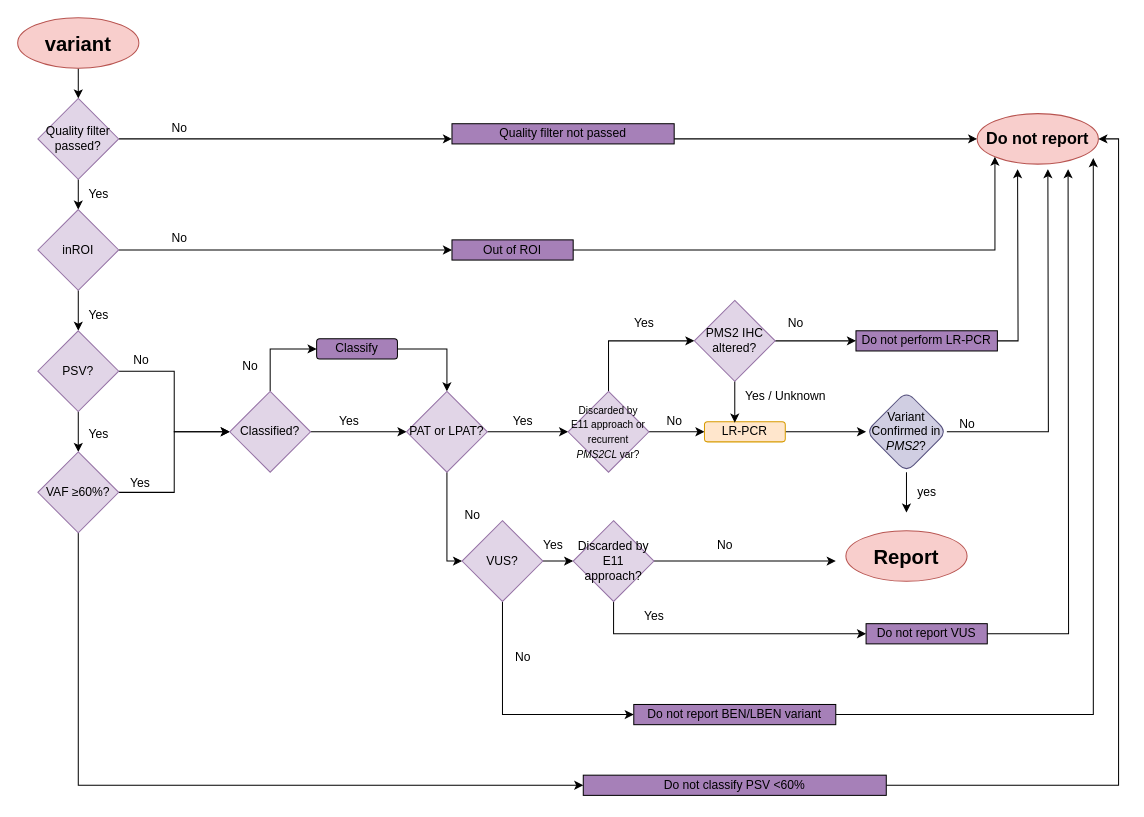
Above: WF/WF_pipeline.drawio in emunte/PMS2_vaR (draw.io), before the change. Source tidied: cells renumbered, new cells numbered last; positions are measured from the earlier drawing's top-left corner, leaving out a move shared by most shapes. Both pictures are drawn from the tidied source at 101%, with x=0, y=0 at pixel (17, 17).
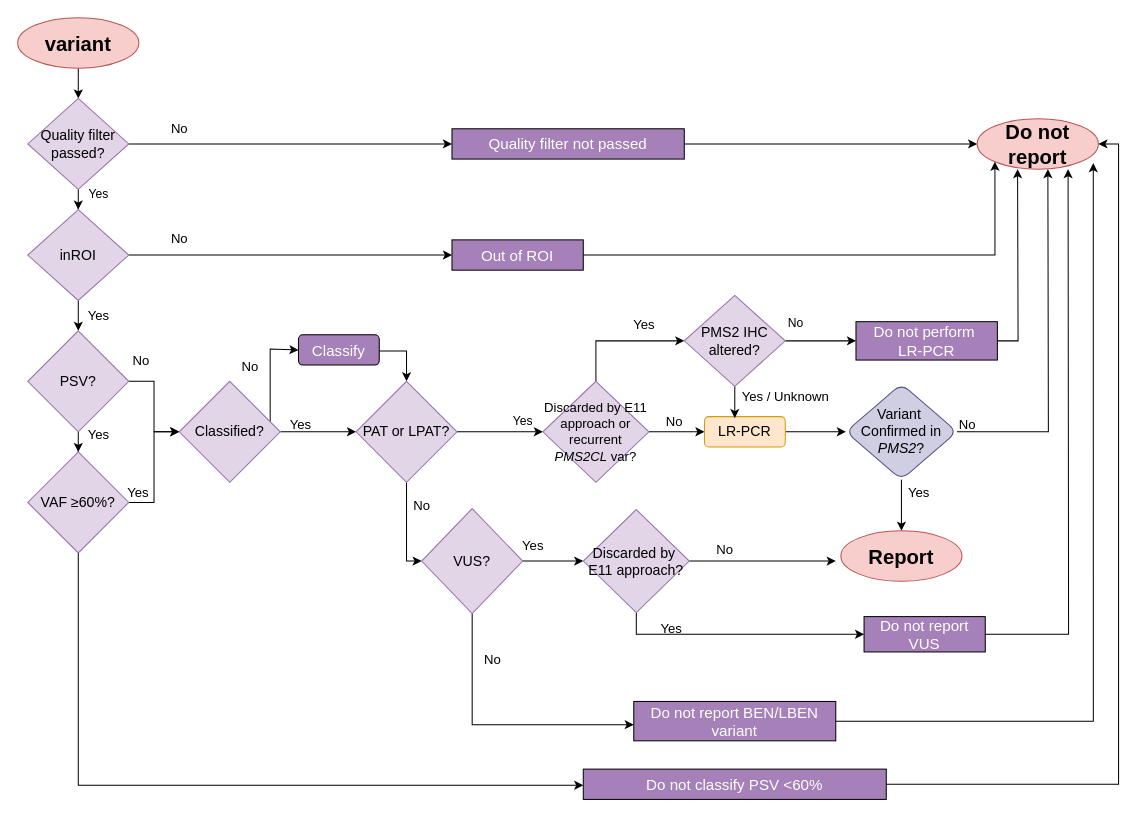
Above is the later version.

What changed in the source:
```diff
@@
-    <mxCell id="4" style="edgeStyle=orthogonalEdgeStyle;rounded=0;jettySize=auto;html=1;entryX=0;entryY=0.75;entryDx=0;entryDy=0;" parent="1" edge="1" source="6" target="16">
+    <mxCell id="4" style="edgeStyle=orthogonalEdgeStyle;rounded=0;jettySize=auto;html=1;entryX=0;entryY=0.5;entryDx=0;entryDy=0;" parent="1" edge="1" source="6" target="16">
       <mxGeometry relative="1" as="geometry" />
     </mxCell>
@@
-    <mxCell id="6" value="Quality filter passed?" style="rhombus;whiteSpace=wrap;html=1;fillColor=#e1d5e7;strokeColor=#9673a6;" parent="1" vertex="1">
-      <mxGeometry x="20" y="80" width="80" height="80" as="geometry" />
+    <mxCell id="6" value="Quality filter passed?" style="rhombus;whiteSpace=wrap;html=1;fillColor=#e1d5e7;strokeColor=#9673a6;fontSize=14;" parent="1" vertex="1">
+      <mxGeometry x="10" y="80" width="100" height="90" as="geometry" />
     </mxCell>
@@
-    <mxCell id="9" value="inROI" style="rhombus;whiteSpace=wrap;html=1;fillColor=#e1d5e7;strokeColor=#9673a6;" parent="1" vertex="1">
-      <mxGeometry x="20" y="190" width="80" height="80" as="geometry" />
+    <mxCell id="9" value="inROI" style="rhombus;whiteSpace=wrap;html=1;fillColor=#e1d5e7;strokeColor=#9673a6;fontSize=14;" parent="1" vertex="1">
+      <mxGeometry x="10" y="190" width="100" height="90" as="geometry" />
     </mxCell>
@@
-    <mxCell id="12" value="PSV?" style="rhombus;whiteSpace=wrap;html=1;fillColor=#e1d5e7;strokeColor=#9673a6;" parent="1" vertex="1">
-      <mxGeometry x="20" y="310" width="80" height="80" as="geometry" />
+    <mxCell id="12" value="PSV?" style="rhombus;whiteSpace=wrap;html=1;fillColor=#e1d5e7;strokeColor=#9673a6;fontSize=14;" parent="1" vertex="1">
+      <mxGeometry x="10" y="310" width="100" height="100" as="geometry" />
     </mxCell>
-    <mxCell id="13" value="&lt;b&gt;&lt;font style=&quot;font-size: 16px;&quot;&gt;Do not report&lt;/font&gt;&lt;/b&gt;" style="ellipse;whiteSpace=wrap;html=1;fillColor=#f8cecc;strokeColor=#b85450;gradientColor=none;" parent="1" vertex="1">
-      <mxGeometry x="950" y="95" width="120" height="50" as="geometry" />
+    <mxCell id="13" value="&lt;font size=&quot;1&quot;&gt;&lt;b&gt;&lt;font style=&quot;font-size: 20px;&quot;&gt;Do not report&lt;/font&gt;&lt;/b&gt;&lt;/font&gt;" style="ellipse;whiteSpace=wrap;html=1;fillColor=#f8cecc;strokeColor=#b85450;gradientColor=none;fontSize=16;" parent="1" vertex="1">
+      <mxGeometry x="950" y="100" width="120" height="50" as="geometry" />
     </mxCell>
-    <mxCell id="14" value="No" style="text;html=1;align=center;verticalAlign=middle;strokeColor=none;fillColor=none;" parent="1" vertex="1">
+    <mxCell id="14" value="No" style="text;html=1;align=center;verticalAlign=middle;strokeColor=none;fillColor=none;fontSize=13;" parent="1" vertex="1">
       <mxGeometry x="140" y="95" width="40" height="30" as="geometry" />
     </mxCell>
     <mxCell id="15" style="edgeStyle=orthogonalEdgeStyle;rounded=0;jettySize=auto;html=1;" parent="1" edge="1" source="16" target="13">
-      <mxGeometry relative="1" as="geometry">
-        <Array as="points">
-          <mxPoint x="700" y="120" />
-          <mxPoint x="700" y="120" />
-        </Array>
-      </mxGeometry>
+      <mxGeometry relative="1" as="geometry" />
     </mxCell>
-    <mxCell id="16" value="Quality filter not passed" style="rounded=0;whiteSpace=wrap;html=1;fillColor=#A680B8;" parent="1" vertex="1">
-      <mxGeometry x="430" y="105" width="220" height="20" as="geometry" />
+    <mxCell id="16" value="Quality filter not passed" style="rounded=0;whiteSpace=wrap;html=1;fillColor=#A680B8;fontSize=15;fontColor=#ffffff;" parent="1" vertex="1">
+      <mxGeometry x="430" y="110" width="230" height="30" as="geometry" />
     </mxCell>
@@
-    <mxCell id="18" value="Out of ROI" style="whiteSpace=wrap;html=1;fillColor=#A680B8;" parent="1" vertex="1">
-      <mxGeometry x="430" y="220" width="120" height="20" as="geometry" />
+    <mxCell id="18" value="Out of ROI" style="whiteSpace=wrap;html=1;fillColor=#A680B8;fontSize=15;fontColor=#ffffff;" parent="1" vertex="1">
+      <mxGeometry x="430" y="220" width="130" height="30" as="geometry" />
     </mxCell>
@@
-    <mxCell id="20" value="No" style="text;html=1;align=center;verticalAlign=middle;strokeColor=none;fillColor=none;" parent="1" vertex="1">
+    <mxCell id="20" value="No" style="text;html=1;align=center;verticalAlign=middle;strokeColor=none;fillColor=none;fontSize=13;" parent="1" vertex="1">
       <mxGeometry x="140" y="204" width="40" height="30" as="geometry" />
     </mxCell>
-    <mxCell id="21" value="Yes" style="text;html=1;align=center;verticalAlign=middle;strokeColor=none;fillColor=none;" parent="1" vertex="1">
+    <mxCell id="21" value="Yes" style="text;html=1;align=center;verticalAlign=middle;strokeColor=none;fillColor=none;fontSize=13;" parent="1" vertex="1">
       <mxGeometry x="60" y="280" width="40" height="30" as="geometry" />
     </mxCell>
@@
-    <mxCell id="24" value="VAF ≥60%?" style="rhombus;whiteSpace=wrap;html=1;fillColor=#e1d5e7;strokeColor=#9673a6;" parent="1" vertex="1">
-      <mxGeometry x="20" y="430" width="80" height="80" as="geometry" />
+    <mxCell id="24" value="VAF ≥60%?" style="rhombus;whiteSpace=wrap;html=1;fillColor=#e1d5e7;strokeColor=#9673a6;fontSize=14;" parent="1" vertex="1">
+      <mxGeometry x="10" y="430" width="100" height="100" as="geometry" />
     </mxCell>
@@
-    <mxCell id="27" value="Classified?" style="rhombus;whiteSpace=wrap;html=1;fillColor=#e1d5e7;strokeColor=#9673a6;" parent="1" vertex="1">
-      <mxGeometry x="210" y="370" width="80" height="80" as="geometry" />
+    <mxCell id="27" value="Classified?" style="rhombus;whiteSpace=wrap;html=1;fillColor=#e1d5e7;strokeColor=#9673a6;fontSize=14;" parent="1" vertex="1">
+      <mxGeometry x="160" y="360" width="100" height="100" as="geometry" />
     </mxCell>
@@
-    <mxCell id="29" value="Do not classify PSV &amp;lt;60%" style="whiteSpace=wrap;html=1;fillColor=#A680B8;" parent="1" vertex="1">
-      <mxGeometry x="560" y="750" width="300" height="20" as="geometry" />
+    <mxCell id="29" value="&lt;font style=&quot;font-size: 15px;&quot;&gt;Do not classify PSV &amp;lt;60%&lt;/font&gt;" style="whiteSpace=wrap;html=1;fillColor=#A680B8;fontSize=13;fontColor=#ffffff;" parent="1" vertex="1">
+      <mxGeometry x="560" y="744" width="300" height="30" as="geometry" />
     </mxCell>
-    <mxCell id="30" value="No" style="text;html=1;align=center;verticalAlign=middle;strokeColor=none;fillColor=none;" parent="1" vertex="1">
+    <mxCell id="30" value="No" style="text;html=1;align=center;verticalAlign=middle;strokeColor=none;fillColor=none;fontSize=13;" parent="1" vertex="1">
       <mxGeometry x="102" y="324" width="40" height="30" as="geometry" />
     </mxCell>
-    <mxCell id="31" value="Yes" style="text;html=1;align=center;verticalAlign=middle;strokeColor=none;fillColor=none;" parent="1" vertex="1">
-      <mxGeometry x="101" y="446" width="40" height="30" as="geometry" />
+    <mxCell id="31" value="Yes" style="text;html=1;align=center;verticalAlign=middle;strokeColor=none;fillColor=none;fontSize=13;" parent="1" vertex="1">
+      <mxGeometry x="99" y="455" width="40" height="30" as="geometry" />
     </mxCell>
     <mxCell id="32" style="edgeStyle=orthogonalEdgeStyle;rounded=0;jettySize=auto;html=1;entryX=0.5;entryY=0;entryDx=0;entryDy=0;" parent="1" edge="1" source="33" target="36">
-      <mxGeometry relative="1" as="geometry" />
+      <mxGeometry relative="1" as="geometry">
+        <Array as="points">
+          <mxPoint x="385" y="330" />
+        </Array>
+      </mxGeometry>
     </mxCell>
-    <mxCell id="33" value="Classify " style="rounded=1;whiteSpace=wrap;html=1;fillColor=#A680B8;" parent="1" vertex="1">
-      <mxGeometry x="296" y="318" width="80" height="20" as="geometry" />
+    <mxCell id="33" value="Classify " style="rounded=1;whiteSpace=wrap;html=1;fillColor=#A680B8;fontSize=15;fontColor=#ffffff;" parent="1" vertex="1">
+      <mxGeometry x="278" y="314" width="80" height="30" as="geometry" />
     </mxCell>
@@
     <mxCell id="35" style="edgeStyle=orthogonalEdgeStyle;rounded=0;jettySize=auto;html=1;entryX=0;entryY=0.5;entryDx=0;entryDy=0;" parent="1" edge="1" source="36" target="52">
       <mxGeometry relative="1" as="geometry">
         <Array as="points">
-          <mxPoint x="425" y="538" />
+          <mxPoint x="385" y="538" />
         </Array>
       </mxGeometry>
     </mxCell>
-    <mxCell id="36" value="PAT or LPAT?" style="rhombus;whiteSpace=wrap;html=1;fillColor=#e1d5e7;strokeColor=#9673a6;" parent="1" vertex="1">
-      <mxGeometry x="385" y="370" width="80" height="80" as="geometry" />
+    <mxCell id="36" value="PAT or LPAT?" style="rhombus;whiteSpace=wrap;html=1;fillColor=#e1d5e7;strokeColor=#9673a6;fontSize=14;" parent="1" vertex="1">
+      <mxGeometry x="335" y="360" width="100" height="100" as="geometry" />
     </mxCell>
@@
-    <mxCell id="39" value="&lt;font style=&quot;font-size: 10px;&quot;&gt;Discarded by E11 approach or recurrent &lt;i&gt;PMS2CL&lt;/i&gt; var?&lt;/font&gt;" style="rhombus;whiteSpace=wrap;html=1;fillColor=#e1d5e7;strokeColor=#9673a6;" parent="1" vertex="1">
-      <mxGeometry x="545" y="370" width="80" height="80" as="geometry" />
+    <mxCell id="39" value="&lt;font style=&quot;font-size: 13px;&quot;&gt;Discarded by E11 approach or recurrent &lt;i&gt;PMS2CL&lt;/i&gt; var?&lt;/font&gt;" style="rhombus;whiteSpace=wrap;html=1;fillColor=#e1d5e7;strokeColor=#9673a6;fontSize=12.5;" parent="1" vertex="1">
+      <mxGeometry x="520" y="360" width="105" height="100" as="geometry" />
     </mxCell>
@@
-    <mxCell id="41" value="LR-PCR" style="rounded=1;whiteSpace=wrap;html=1;fillColor=#ffe6cc;strokeColor=#d79b00;" parent="1" vertex="1">
-      <mxGeometry x="680" y="400" width="80" height="20" as="geometry" />
+    <mxCell id="41" value="LR-PCR" style="rounded=1;whiteSpace=wrap;html=1;fillColor=#ffe6cc;strokeColor=#d79b00;fontSize=14;" parent="1" vertex="1">
+      <mxGeometry x="680" y="395" width="80" height="30" as="geometry" />
     </mxCell>
@@
-    <mxCell id="43" value="No" style="text;html=1;align=center;verticalAlign=middle;strokeColor=none;fillColor=none;" parent="1" vertex="1">
+    <mxCell id="43" value="No" style="text;html=1;align=center;verticalAlign=middle;strokeColor=none;fillColor=none;fontSize=13;" parent="1" vertex="1">
       <mxGeometry x="630" y="385" width="40" height="30" as="geometry" />
     </mxCell>
@@
-    <mxCell id="46" value="PMS2 IHC altered?" style="rhombus;whiteSpace=wrap;html=1;fillColor=#e1d5e7;strokeColor=#9673a6;" parent="1" vertex="1">
-      <mxGeometry x="670" y="280" width="80" height="80" as="geometry" />
+    <mxCell id="46" value="PMS2 IHC altered?" style="rhombus;whiteSpace=wrap;html=1;fillColor=#e1d5e7;strokeColor=#9673a6;fontSize=14;" parent="1" vertex="1">
+      <mxGeometry x="660" y="275" width="100" height="90" as="geometry" />
     </mxCell>
-    <mxCell id="47" value="Yes" style="text;html=1;align=center;verticalAlign=middle;strokeColor=none;fillColor=none;" parent="1" vertex="1">
-      <mxGeometry x="600" y="288" width="40" height="30" as="geometry" />
+    <mxCell id="47" value="Yes" style="text;html=1;align=center;verticalAlign=middle;strokeColor=none;fillColor=none;fontSize=13;" parent="1" vertex="1">
+      <mxGeometry x="600" y="289" width="40" height="30" as="geometry" />
     </mxCell>
-    <mxCell id="48" value="Yes / Unknown" style="text;html=1;align=center;verticalAlign=middle;strokeColor=none;fillColor=none;" parent="1" vertex="1">
-      <mxGeometry x="710" y="360" width="100" height="30" as="geometry" />
+    <mxCell id="48" value="&lt;font style=&quot;font-size: 13px;&quot;&gt;Yes / Unknown&lt;/font&gt;" style="text;html=1;align=center;verticalAlign=middle;strokeColor=none;fillColor=none;" parent="1" vertex="1">
+      <mxGeometry x="705" y="360" width="110" height="30" as="geometry" />
     </mxCell>
@@
     <mxCell id="51" style="edgeStyle=orthogonalEdgeStyle;rounded=0;jettySize=auto;html=1;" parent="1" edge="1" source="52" target="61">
       <mxGeometry relative="1" as="geometry">
         <Array as="points">
-          <mxPoint x="480" y="690" />
+          <mxPoint x="450" y="700" />
         </Array>
       </mxGeometry>
     </mxCell>
-    <mxCell id="52" value="VUS?" style="rhombus;whiteSpace=wrap;html=1;fillColor=#e1d5e7;strokeColor=#9673a6;" parent="1" vertex="1">
-      <mxGeometry x="440" y="498" width="80" height="80" as="geometry" />
+    <mxCell id="52" value="VUS?" style="rhombus;whiteSpace=wrap;html=1;fillColor=#e1d5e7;strokeColor=#9673a6;fontSize=14;" parent="1" vertex="1">
+      <mxGeometry x="400" y="486" width="100" height="104" as="geometry" />
     </mxCell>
-    <mxCell id="53" value="No" style="text;html=1;align=center;verticalAlign=middle;strokeColor=none;fillColor=none;" parent="1" vertex="1">
-      <mxGeometry x="430" y="478" width="40" height="30" as="geometry" />
+    <mxCell id="53" value="No" style="text;html=1;align=center;verticalAlign=middle;strokeColor=none;fillColor=none;fontSize=13;" parent="1" vertex="1">
+      <mxGeometry x="380" y="468" width="40" height="30" as="geometry" />
     </mxCell>
@@
-    <mxCell id="55" value="Do not perform LR-PCR" style="whiteSpace=wrap;html=1;fillColor=#A680B8;" parent="1" vertex="1">
-      <mxGeometry x="830" y="310" width="140" height="20" as="geometry" />
+    <mxCell id="55" value="&lt;div&gt;Do not perform&amp;nbsp;&lt;/div&gt;&lt;div&gt;LR-PCR&lt;/div&gt;" style="whiteSpace=wrap;html=1;fillColor=#A680B8;fontSize=15;fontColor=#ffffff;" parent="1" vertex="1">
+      <mxGeometry x="830" y="301" width="140" height="38" as="geometry" />
     </mxCell>
     <mxCell id="56" style="edgeStyle=orthogonalEdgeStyle;rounded=0;jettySize=auto;html=1;entryX=0;entryY=0.5;entryDx=0;entryDy=0;" parent="1" edge="1" source="58" target="64">
       <mxGeometry relative="1" as="geometry">
         <Array as="points">
-          <mxPoint x="590" y="610" />
+          <mxPoint x="613" y="611" />
         </Array>
       </mxGeometry>
     </mxCell>
@@
-    <mxCell id="58" value="Discarded by E11 approach?" style="rhombus;whiteSpace=wrap;html=1;fillColor=#e1d5e7;strokeColor=#9673a6;" parent="1" vertex="1">
-      <mxGeometry x="550" y="498" width="80" height="80" as="geometry" />
+    <mxCell id="58" value="&lt;div style=&quot;font-size: 14px;&quot;&gt;Discarded by&amp;nbsp;&lt;/div&gt;&lt;div style=&quot;font-size: 14px;&quot;&gt;E11 approach?&lt;/div&gt;" style="rhombus;whiteSpace=wrap;html=1;fillColor=#e1d5e7;strokeColor=#9673a6;fontSize=14;" parent="1" vertex="1">
+      <mxGeometry x="560" y="487" width="105" height="102" as="geometry" />
     </mxCell>
-    <mxCell id="59" value="Yes" style="text;html=1;align=center;verticalAlign=middle;strokeColor=none;fillColor=none;" parent="1" vertex="1">
-      <mxGeometry x="510" y="508" width="40" height="30" as="geometry" />
+    <mxCell id="59" value="Yes" style="text;html=1;align=center;verticalAlign=middle;strokeColor=none;fillColor=none;fontSize=13;" parent="1" vertex="1">
+      <mxGeometry x="490" y="508" width="40" height="30" as="geometry" />
     </mxCell>
@@
-    <mxCell id="61" value="Do not report BEN/LBEN variant" style="whiteSpace=wrap;html=1;fillColor=#A680B8;" parent="1" vertex="1">
-      <mxGeometry x="610" y="680" width="200" height="20" as="geometry" />
+    <mxCell id="61" value="Do not report BEN/LBEN variant" style="whiteSpace=wrap;html=1;fillColor=#A680B8;fontSize=15;fontColor=#ffffff;" parent="1" vertex="1">
+      <mxGeometry x="610" y="677" width="200" height="39" as="geometry" />
     </mxCell>
-    <mxCell id="62" value="Yes" style="text;html=1;align=center;verticalAlign=middle;strokeColor=none;fillColor=none;" parent="1" vertex="1">
-      <mxGeometry x="610" y="578" width="40" height="30" as="geometry" />
+    <mxCell id="62" value="Yes" style="text;html=1;align=center;verticalAlign=middle;strokeColor=none;fillColor=none;fontSize=13;" parent="1" vertex="1">
+      <mxGeometry x="627" y="590" width="40" height="30" as="geometry" />
     </mxCell>
@@
-    <mxCell id="64" value="Do not report VUS" style="whiteSpace=wrap;html=1;fillColor=#A680B8;" parent="1" vertex="1">
-      <mxGeometry x="840" y="600" width="120" height="20" as="geometry" />
+    <mxCell id="64" value="&lt;font style=&quot;font-size: 15px;&quot;&gt;Do not report VUS&lt;/font&gt;" style="whiteSpace=wrap;html=1;fillColor=#A680B8;fontSize=13;fontColor=#ffffff;" parent="1" vertex="1">
+      <mxGeometry x="838" y="593" width="120" height="35" as="geometry" />
     </mxCell>
@@
-    <mxCell id="66" style="edgeStyle=orthogonalEdgeStyle;rounded=0;jettySize=auto;html=1;" parent="1" edge="1" source="67">
-      <mxGeometry relative="1" as="geometry">
-        <mxPoint x="880" y="490" as="targetPoint" />
-      </mxGeometry>
-    </mxCell>
+    <mxCell id="76" style="edgeStyle=orthogonalEdgeStyle;rounded=0;jettySize=auto;html=1;" parent="1" edge="1" source="67" target="69">
+      <mxGeometry relative="1" as="geometry" />
+    </mxCell>
-    <mxCell id="67" value="Variant Confirmed in &lt;i&gt;PMS2&lt;/i&gt;?" style="rhombus;whiteSpace=wrap;html=1;rounded=1;fillColor=#d0cee2;strokeColor=#56517e;" parent="1" vertex="1">
-      <mxGeometry x="840" y="370" width="80" height="80" as="geometry" />
+    <mxCell id="67" value="&lt;div style=&quot;font-size: 14px;&quot;&gt;&lt;font style=&quot;font-size: 14px;&quot;&gt;Variant&amp;nbsp;&lt;/font&gt;&lt;/div&gt;&lt;div style=&quot;font-size: 14px;&quot;&gt;&lt;font style=&quot;font-size: 14px;&quot;&gt;Confirmed in &lt;i&gt;PMS2&lt;/i&gt;?&lt;/font&gt;&lt;/div&gt;" style="rhombus;whiteSpace=wrap;html=1;rounded=1;fillColor=#d0cee2;strokeColor=#56517e;fontSize=13;" parent="1" vertex="1">
+      <mxGeometry x="820" y="362.5" width="110" height="95" as="geometry" />
     </mxCell>
-    <mxCell id="68" value="No" style="text;html=1;align=center;verticalAlign=middle;strokeColor=none;fillColor=none;" parent="1" vertex="1">
+    <mxCell id="68" value="&lt;font style=&quot;font-size: 13px;&quot;&gt;No&lt;/font&gt;" style="text;html=1;align=center;verticalAlign=middle;strokeColor=none;fillColor=none;" parent="1" vertex="1">
       <mxGeometry x="920" y="388" width="40" height="30" as="geometry" />
     </mxCell>
     <mxCell id="69" value="&lt;b&gt;&lt;font style=&quot;font-size: 20px;&quot;&gt;Report&lt;/font&gt;&lt;/b&gt;" style="ellipse;whiteSpace=wrap;html=1;fillColor=#f8cecc;strokeColor=#b85450;" parent="1" vertex="1">
-      <mxGeometry x="820" y="508" width="120" height="50" as="geometry" />
+      <mxGeometry x="815" y="508" width="120" height="50" as="geometry" />
     </mxCell>
-    <mxCell id="70" value="No" style="text;html=1;align=center;verticalAlign=middle;strokeColor=none;fillColor=none;" parent="1" vertex="1">
-      <mxGeometry x="680" y="508" width="40" height="30" as="geometry" />
+    <mxCell id="70" value="No" style="text;html=1;align=center;verticalAlign=middle;strokeColor=none;fillColor=none;fontSize=13;" parent="1" vertex="1">
+      <mxGeometry x="680" y="512" width="40" height="30" as="geometry" />
     </mxCell>
-    <mxCell id="71" value="yes" style="text;html=1;align=center;verticalAlign=middle;strokeColor=none;fillColor=none;" parent="1" vertex="1">
-      <mxGeometry x="880" y="455" width="40" height="30" as="geometry" />
+    <mxCell id="71" value="Yes" style="text;html=1;align=center;verticalAlign=middle;strokeColor=none;fillColor=none;fontSize=13;" parent="1" vertex="1">
+      <mxGeometry x="872" y="455" width="40" height="30" as="geometry" />
     </mxCell>
-    <mxCell id="72" value="No" style="text;html=1;align=center;verticalAlign=middle;strokeColor=none;fillColor=none;" parent="1" vertex="1">
-      <mxGeometry x="480" y="618" width="40" height="30" as="geometry" />
+    <mxCell id="72" value="No" style="text;html=1;align=center;verticalAlign=middle;strokeColor=none;fillColor=none;fontSize=13;" parent="1" vertex="1">
+      <mxGeometry x="450" y="620" width="40" height="30" as="geometry" />
     </mxCell>
-    <mxCell id="73" value="Yes" style="text;html=1;align=center;verticalAlign=middle;strokeColor=none;fillColor=none;" parent="1" vertex="1">
+    <mxCell id="73" value="Yes" style="text;html=1;align=center;verticalAlign=middle;strokeColor=none;fillColor=none;fontSize=13;" parent="1" vertex="1">
       <mxGeometry x="60" y="398" width="40" height="30" as="geometry" />
     </mxCell>
-    <mxCell id="74" value="No" style="text;html=1;align=center;verticalAlign=middle;strokeColor=none;fillColor=none;" parent="1" vertex="1">
+    <mxCell id="74" value="No" style="text;html=1;align=center;verticalAlign=middle;strokeColor=none;fillColor=none;fontSize=13;" parent="1" vertex="1">
       <mxGeometry x="210" y="330" width="40" height="30" as="geometry" />
     </mxCell>
-    <mxCell id="75" value="Yes" style="text;html=1;align=center;verticalAlign=middle;strokeColor=none;fillColor=none;" parent="1" vertex="1">
-      <mxGeometry x="308" y="385" width="40" height="30" as="geometry" />
+    <mxCell id="75" value="Yes" style="text;html=1;align=center;verticalAlign=middle;strokeColor=none;fillColor=none;fontSize=13;" parent="1" vertex="1">
+      <mxGeometry x="260" y="388" width="40" height="30" as="geometry" />
     </mxCell>
```
